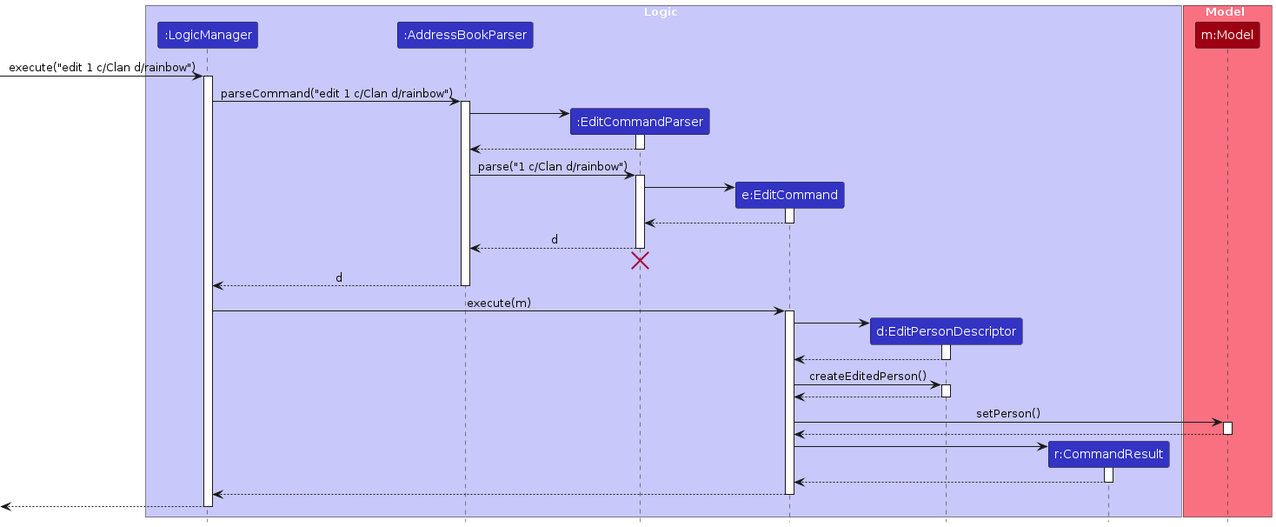
Above: diagrams/EditSequenceDiagram.png in AY2324S2-CS2103T-W13-3/tp (PlantUML), before the change. Its source is kept beside it as diagrams/EditSequenceDiagram.puml.
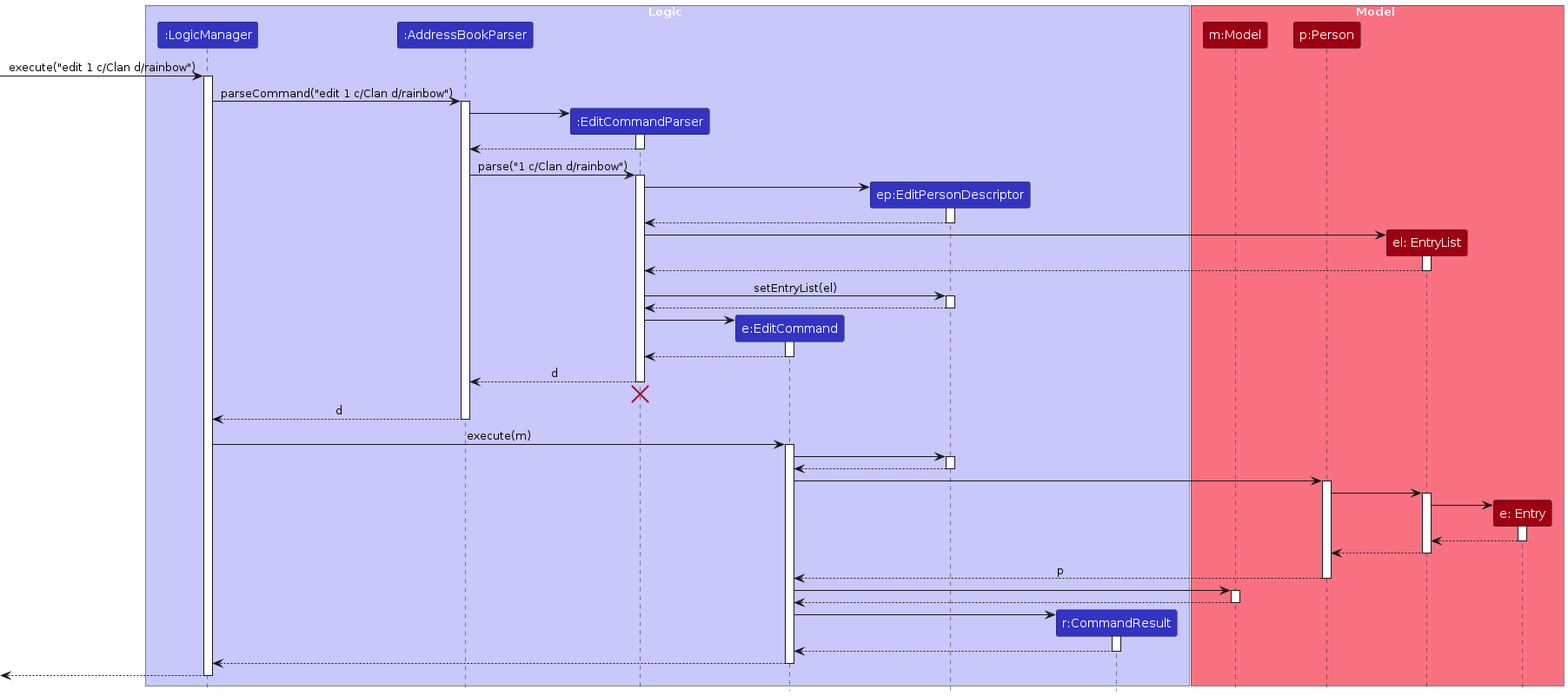
The same file after the commit.

Diff of the diagram source:
```diff
@@ -7,12 +7,15 @@
 participant ":AddressBookParser" as AddressBookParser LOGIC_COLOR
 participant ":EditCommandParser" as EditCommandParser LOGIC_COLOR
 participant "e:EditCommand" as EditCommand LOGIC_COLOR
-participant "d:EditPersonDescriptor" as EditPersonDescriptor LOGIC_COLOR
+participant "ep:EditPersonDescriptor" as EditPersonDescriptor LOGIC_COLOR
 participant "r:CommandResult" as CommandResult LOGIC_COLOR
 end box
 
 box Model MODEL_COLOR_T1
 participant "m:Model" as Model MODEL_COLOR
+participant "p:Person" as Person MODEL_COLOR
+participant "el: EntryList" as entryList MODEL_COLOR
+participant "e: Entry" as Entry MODEL_COLOR
 end box
 
 [-> LogicManager : execute("edit 1 c/Clan d/rainbow")
@@ -30,6 +33,23 @@
 
 AddressBookParser -> EditCommandParser : parse("1 c/Clan d/rainbow")
 activate EditCommandParser
+
+create EditPersonDescriptor
+EditCommandParser -> EditPersonDescriptor
+activate EditPersonDescriptor
+EditPersonDescriptor --> EditCommandParser
+deactivate
+
+create entryList
+EditCommandParser -> entryList
+activate entryList
+entryList --> EditCommandParser
+deactivate
+
+EditCommandParser -> EditPersonDescriptor : setEntryList(el)
+activate EditPersonDescriptor
+EditPersonDescriptor --> EditCommandParser
+deactivate
 
 create EditCommand
 EditCommandParser -> EditCommand
@@ -49,20 +69,29 @@
 LogicManager -> EditCommand : execute(m)
 activate EditCommand
 
-create EditPersonDescriptor
 EditCommand -> EditPersonDescriptor
 activate EditPersonDescriptor
 
 EditPersonDescriptor --> EditCommand
 deactivate EditPersonDescriptor
 
-EditCommand -> EditPersonDescriptor : createEditedPerson()
-activate EditPersonDescriptor
+EditCommand -> Person
+activate Person
 
-EditPersonDescriptor --> EditCommand
-deactivate EditPersonDescriptor
+Person -> entryList
+activate entryList
+create Entry
+entryList -> Entry
+activate Entry
+Entry --> entryList
+deactivate
+entryList --> Person
+deactivate
 
-EditCommand -> Model : setPerson()
+Person --> EditCommand : p
+deactivate Person
+
+EditCommand -> Model
 activate Model
 
 Model --> EditCommand
```
